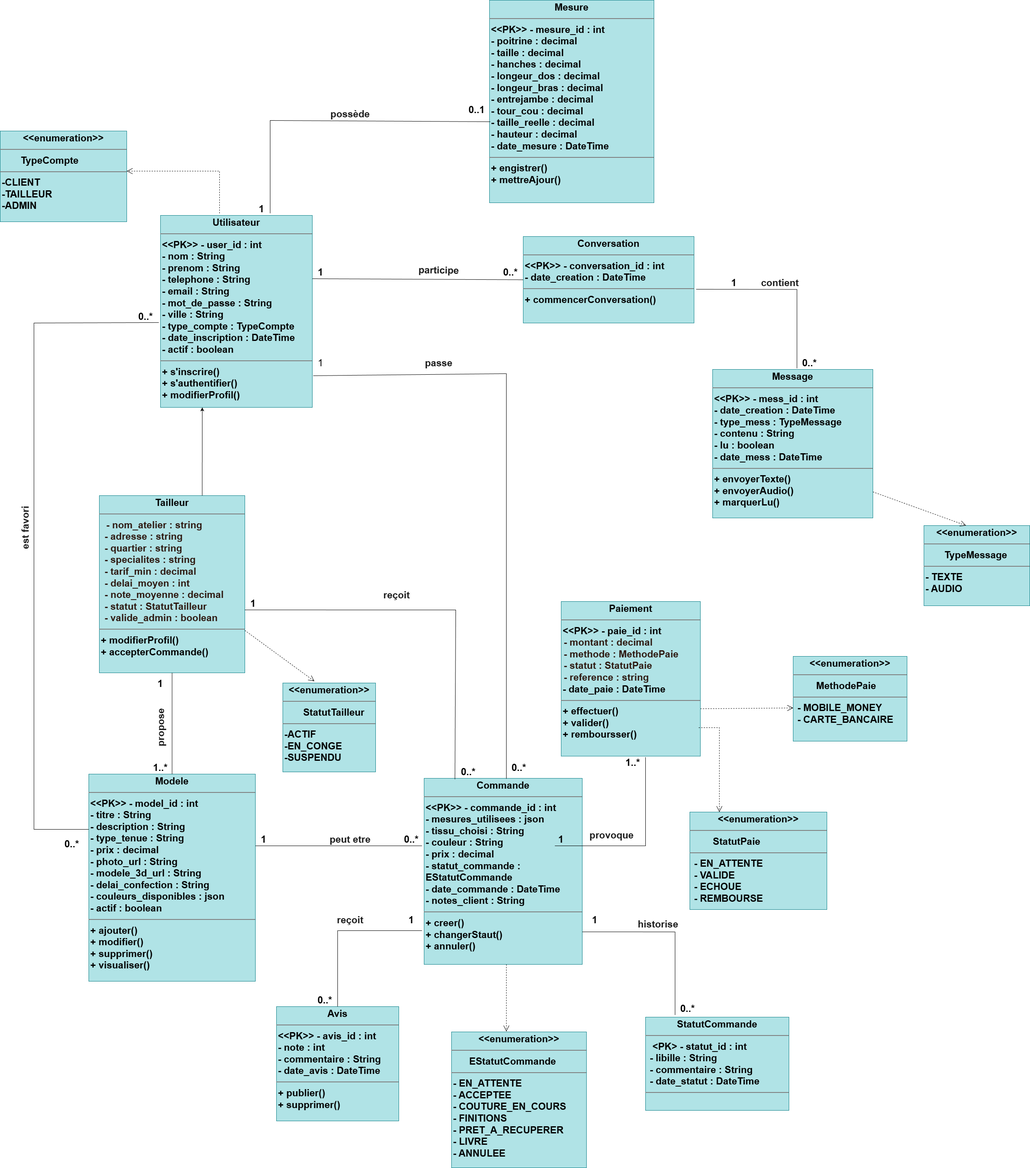
Before: Diagramme_classe_complet.png, a diagram exported from draw.io (Kim-SypherX/Soutenance). Source tidied: cells renumbered, new cells last; positions are measured from the earlier drawing's top-left corner, leaving out a move shared by most shapes.
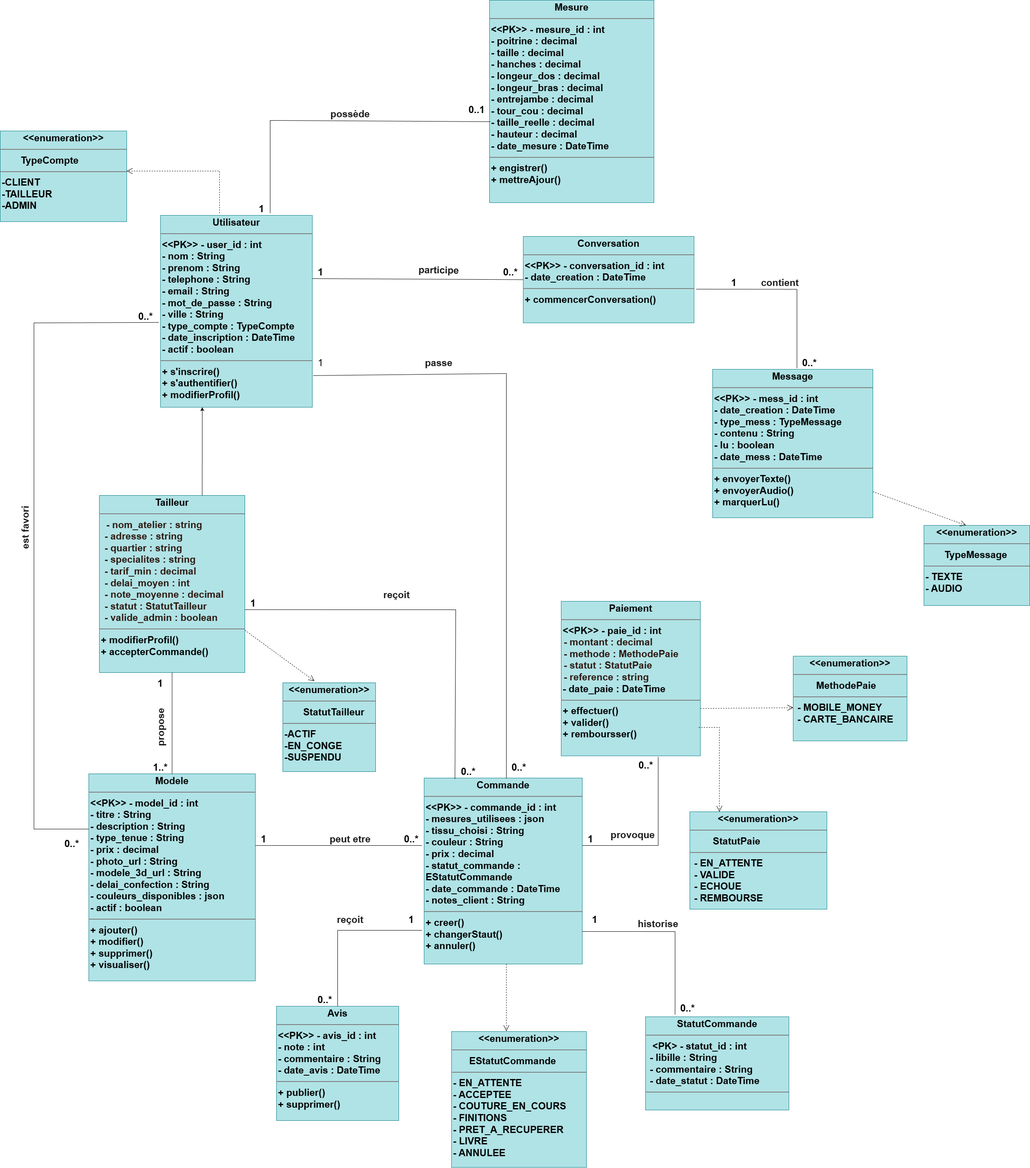
Later version of the same file.

Diff of the diagram source:
```diff
@@ -97,10 +97,10 @@
     </mxCell>
     <mxCell id="26" style="endArrow=none;html=1;rounded=0;fontSize=23;" parent="1" edge="1">
       <mxGeometry relative="1" as="geometry">
-        <mxPoint x="1530" y="1794" as="sourcePoint" />
-        <mxPoint x="1315" y="2004" as="targetPoint" />
+        <mxPoint x="1560" y="1794" as="sourcePoint" />
+        <mxPoint x="1380" y="2004" as="targetPoint" />
         <Array as="points">
-          <mxPoint x="1530" y="2004" />
+          <mxPoint x="1560" y="2004" />
         </Array>
       </mxGeometry>
     </mxCell>
@@ -261,13 +261,13 @@
       <mxGeometry x="1530" y="2175" width="60" height="30" as="geometry" />
     </mxCell>
     <mxCell id="65" value="&lt;font&gt;&lt;b&gt;1&lt;/b&gt;&lt;/font&gt;" style="text;html=1;whiteSpace=wrap;strokeColor=none;fillColor=none;align=center;verticalAlign=middle;rounded=0;fontSize=23;" parent="1" vertex="1">
-      <mxGeometry x="1300" y="1974" width="60" height="30" as="geometry" />
+      <mxGeometry x="1370" y="1974" width="60" height="30" as="geometry" />
     </mxCell>
-    <mxCell id="66" value="&lt;font&gt;&lt;b&gt;1..*&lt;/b&gt;&lt;/font&gt;" style="text;html=1;whiteSpace=wrap;strokeColor=none;fillColor=none;align=center;verticalAlign=middle;rounded=0;fontSize=23;" parent="1" vertex="1">
-      <mxGeometry x="1470" y="1791.5" width="60" height="30" as="geometry" />
+    <mxCell id="66" value="&lt;font&gt;&lt;b&gt;0..*&lt;/b&gt;&lt;/font&gt;" style="text;html=1;whiteSpace=wrap;strokeColor=none;fillColor=none;align=center;verticalAlign=middle;rounded=0;fontSize=23;" parent="1" vertex="1">
+      <mxGeometry x="1501" y="1798.8" width="60" height="30" as="geometry" />
     </mxCell>
     <mxCell id="67" value="&lt;div style=&quot;text-align: start;&quot;&gt;&lt;font color=&quot;#1a1a1a&quot; face=&quot;Outfit, sans-serif&quot;&gt;&lt;span style=&quot;text-wrap-mode: nowrap; background-color: rgb(255, 255, 255);&quot;&gt;&lt;b&gt;provoque&lt;/b&gt;&lt;/span&gt;&lt;/font&gt;&lt;/div&gt;" style="text;html=1;whiteSpace=wrap;strokeColor=none;fillColor=none;align=center;verticalAlign=middle;rounded=0;rotation=0;fontSize=23;" parent="1" vertex="1">
-      <mxGeometry x="1420" y="1964" width="60" height="30" as="geometry" />
+      <mxGeometry x="1470" y="1964" width="60" height="30" as="geometry" />
     </mxCell>
     <mxCell id="68" style="endArrow=classic;html=1;rounded=0;fontSize=23;exitX=0.707;exitY=0;exitDx=0;exitDy=0;exitPerimeter=0;" parent="1" edge="1" source="4">
       <mxGeometry relative="1" as="geometry">
```
